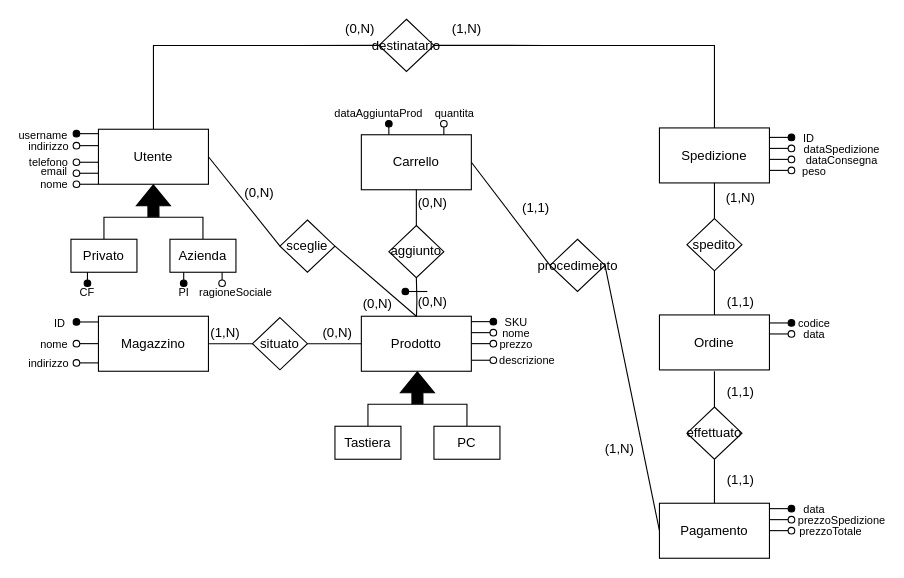
The draw.io diagram SchemaER/ER_progettoBasi.drawio in orlifera/ProgettoBasiDati, before the edit. Source tidied: cells renumbered, new cells numbered last; positions are measured from the earlier drawing's top-left corner, leaving out a move shared by most shapes. Both pictures are drawn from the tidied source at 110%, with x=0, y=0 at pixel (26, 19).
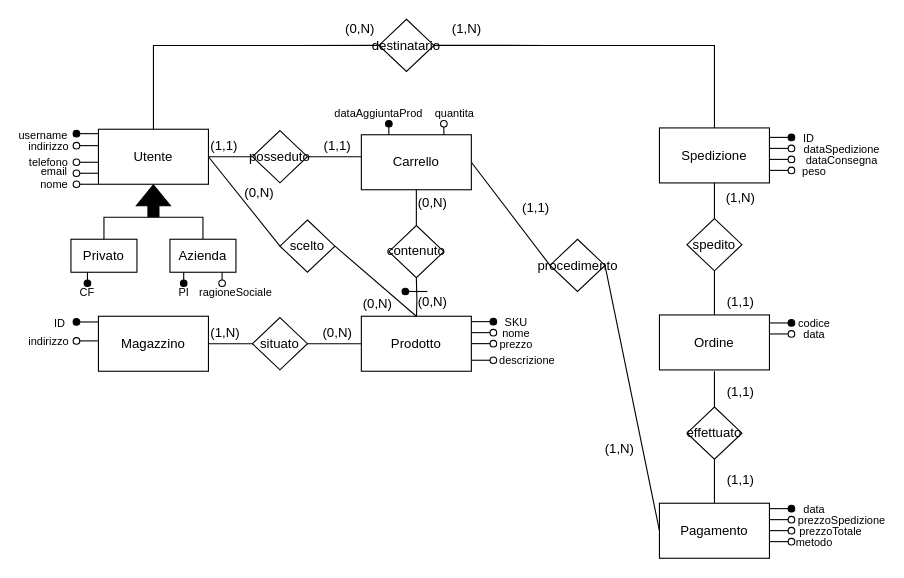
Above is the later version.

Commit message (it also covers changes not shown here):
Aggiornato schem ER e schema logico

What changed in the source:
```diff
@@
-    <mxCell id="12" value="sceglie" style="rhombus;whiteSpace=wrap;html=1;" parent="1" vertex="1">
+    <mxCell id="12" value="scelto" style="rhombus;whiteSpace=wrap;html=1;" parent="1" vertex="1">
       <mxGeometry x="230" y="182.5" width="50" height="47.5" as="geometry" />
     </mxCell>
@@
-    <mxCell id="17" value="aggiunto" style="rhombus;whiteSpace=wrap;html=1;" parent="1" vertex="1">
+    <mxCell id="17" value="contenuto" style="rhombus;whiteSpace=wrap;html=1;" parent="1" vertex="1">
       <mxGeometry x="329" y="187.5" width="50" height="47.5" as="geometry" />
     </mxCell>
@@
-    <mxCell id="31" style="shape=flexArrow;endArrow=classic;html=1;rounded=0;fillColor=#000000;" parent="1" edge="1">
-      <mxGeometry relative="1" as="geometry">
-        <mxPoint x="355" y="350" as="sourcePoint" />
-        <mxPoint x="354.9" y="320" as="targetPoint" />
-      </mxGeometry>
-    </mxCell>
-    <mxCell id="32" style="edgeStyle=orthogonalEdgeStyle;rounded=0;jettySize=auto;html=1;exitX=0.5;exitY=0;exitDx=0;exitDy=0;endArrow=none;endFill=0;" parent="1" edge="1" source="33">
-      <mxGeometry relative="1" as="geometry">
-        <mxPoint x="355" y="350" as="targetPoint" />
-      </mxGeometry>
-    </mxCell>
-    <mxCell id="33" value="Tastiera" style="rounded=0;whiteSpace=wrap;html=1;" parent="1" vertex="1">
-      <mxGeometry x="280" y="370" width="60" height="30" as="geometry" />
-    </mxCell>
-    <mxCell id="34" style="edgeStyle=orthogonalEdgeStyle;rounded=0;jettySize=auto;html=1;exitX=0.5;exitY=0;exitDx=0;exitDy=0;endArrow=none;endFill=0;" parent="1" edge="1" source="35">
-      <mxGeometry relative="1" as="geometry">
-        <mxPoint x="355" y="350" as="targetPoint" />
-      </mxGeometry>
-    </mxCell>
-    <mxCell id="35" value="PC" style="rounded=0;whiteSpace=wrap;html=1;" parent="1" vertex="1">
-      <mxGeometry x="370" y="370" width="60" height="30" as="geometry" />
-    </mxCell>
@@
     <mxCell id="46" style="endArrow=none;html=1;rounded=0;startArrow=oval;startFill=0;" parent="1" edge="1">
       <mxGeometry relative="1" as="geometry">
-        <mxPoint x="45" y="312.4" as="sourcePoint" />
-        <mxPoint x="65" y="312.4" as="targetPoint" />
+        <mxPoint x="45" y="292.4" as="sourcePoint" />
+        <mxPoint x="65" y="292.4" as="targetPoint" />
       </mxGeometry>
     </mxCell>
-    <mxCell id="47" style="endArrow=none;html=1;rounded=0;startArrow=oval;startFill=0;" parent="1" edge="1">
-      <mxGeometry relative="1" as="geometry">
-        <mxPoint x="45" y="294.9" as="sourcePoint" />
-        <mxPoint x="65" y="294.9" as="targetPoint" />
-      </mxGeometry>
-    </mxCell>
-    <mxCell id="48" value="nome" style="text;html=1;strokeColor=none;fillColor=none;align=center;verticalAlign=middle;whiteSpace=wrap;rounded=0;imageAspect=1;fontSize=10;" parent="1" vertex="1">
-      <mxGeometry x="10" y="290" width="30" height="10" as="geometry" />
-    </mxCell>
     <mxCell id="49" value="indirizzo" style="text;html=1;strokeColor=none;fillColor=none;align=center;verticalAlign=middle;whiteSpace=wrap;rounded=0;imageAspect=1;fontSize=10;" parent="1" vertex="1">
-      <mxGeometry y="310" width="40" height="5" as="geometry" />
+      <mxGeometry y="290" width="40" height="5" as="geometry" />
     </mxCell>
@@
+    <mxCell id="107" value="posseduto" style="rhombus;whiteSpace=wrap;html=1;" parent="1" vertex="1">
+      <mxGeometry x="205" y="101.2" width="50" height="47.5" as="geometry" />
+    </mxCell>
+    <mxCell id="108" style="endArrow=none;html=1;rounded=0;exitX=1;exitY=0.5;exitDx=0;exitDy=0;entryX=0;entryY=0.5;entryDx=0;entryDy=0;" parent="1" edge="1" source="107">
+      <mxGeometry relative="1" as="geometry">
+        <mxPoint x="304" y="125" as="targetPoint" />
+      </mxGeometry>
+    </mxCell>
+    <mxCell id="109" style="endArrow=none;html=1;rounded=0;exitX=1;exitY=0.5;exitDx=0;exitDy=0;entryX=0;entryY=0.5;entryDx=0;entryDy=0;" parent="1" edge="1" target="107">
+      <mxGeometry relative="1" as="geometry">
+        <mxPoint x="165" y="125" as="sourcePoint" />
+      </mxGeometry>
+    </mxCell>
+    <mxCell id="110" value="(1,1)" style="text;html=1;strokeColor=none;fillColor=none;align=center;verticalAlign=middle;whiteSpace=wrap;rounded=0;" parent="1" vertex="1">
+      <mxGeometry x="157.5" y="100" width="43" height="30" as="geometry" />
+    </mxCell>
+    <mxCell id="111" value="(1,1)" style="text;html=1;strokeColor=none;fillColor=none;align=center;verticalAlign=middle;whiteSpace=wrap;rounded=0;" parent="1" vertex="1">
+      <mxGeometry x="261" y="100" width="43" height="30" as="geometry" />
+    </mxCell>
+    <mxCell id="112" style="endArrow=oval;html=1;rounded=0;startArrow=none;startFill=0;endFill=0;" parent="1" edge="1">
+      <mxGeometry relative="1" as="geometry">
+        <mxPoint x="675" y="474.9" as="sourcePoint" />
+        <mxPoint x="695" y="474.9" as="targetPoint" />
+      </mxGeometry>
+    </mxCell>
+    <mxCell id="113" value="metodo" style="text;html=1;strokeColor=none;fillColor=none;align=center;verticalAlign=middle;whiteSpace=wrap;rounded=0;imageAspect=1;fontSize=10;" parent="1" vertex="1">
+      <mxGeometry x="701" y="470" width="30" height="10" as="geometry" />
+    </mxCell>
```
